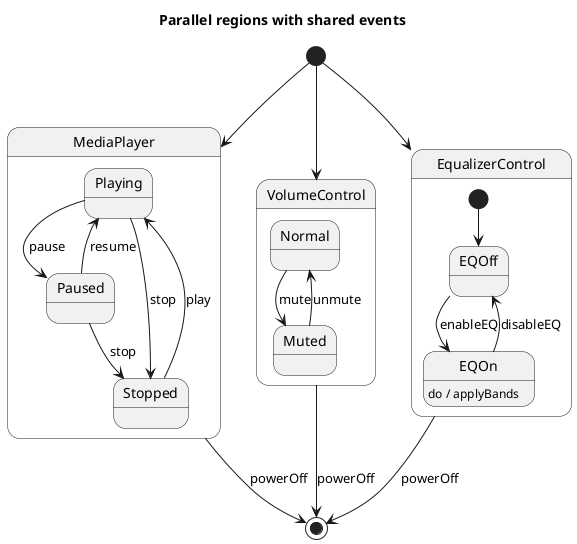
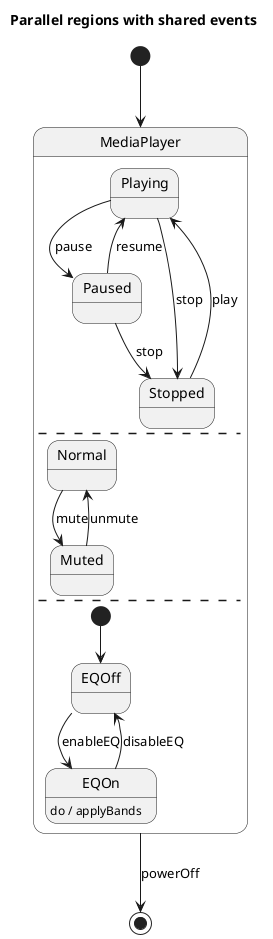
@startuml
title Parallel regions with shared events
state MediaPlayer {
  state Playing
  state Paused
  state Stopped
  Playing --> Paused : pause
  Paused --> Playing : resume
  Playing --> Stopped : stop
  Paused --> Stopped : stop
  Stopped --> Playing : play
- }
- state VolumeControl {
+   --
  state Normal
  state Muted
  Normal --> Muted : mute
  Muted --> Normal : unmute
- }
- state EqualizerControl {
+   --
  [*] --> EQOff
+   state EQOff
+   state EQOn {
+     EQOn : do / applyBands
+   }
  EQOff --> EQOn : enableEQ
  EQOn --> EQOff : disableEQ
-   EQOn : do / applyBands
}
[*] --> MediaPlayer
- [*] --> VolumeControl
- [*] --> EqualizerControl
MediaPlayer --> [*] : powerOff
- VolumeControl --> [*] : powerOff
- EqualizerControl --> [*] : powerOff
@enduml
